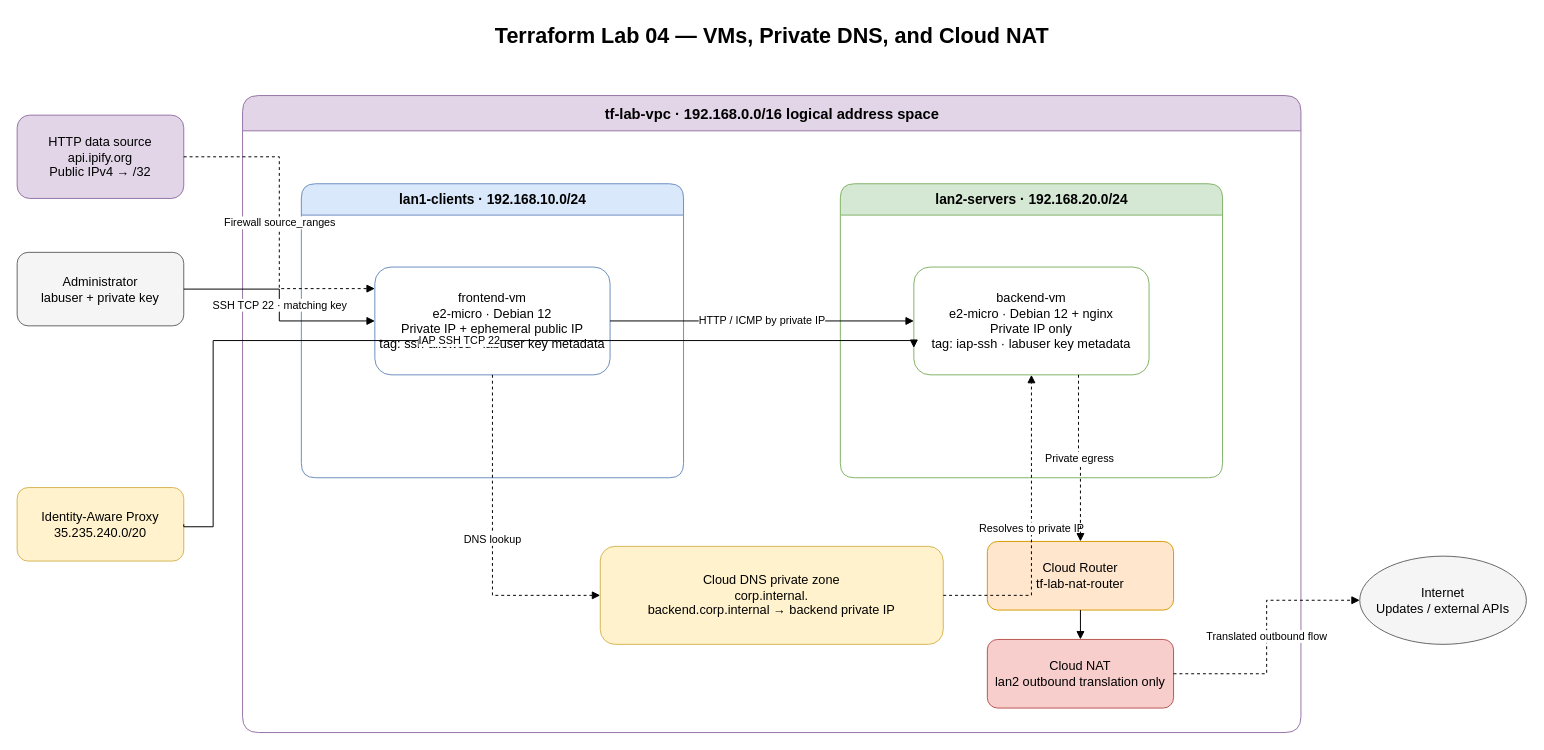
Earlier version of the draw.io diagram docs/terraform/04-vms-and-dns/diagrams/lab04-vms-private-dns.drawio (nitinkc/Networks-Terraform-Basics). Source tidied: cells renumbered, new cells numbered last; positions are measured from the earlier drawing's top-left corner, leaving out a move shared by most shapes. Both pictures are drawn from the tidied source at 98%, with x=0, y=0 at pixel (17, 17).
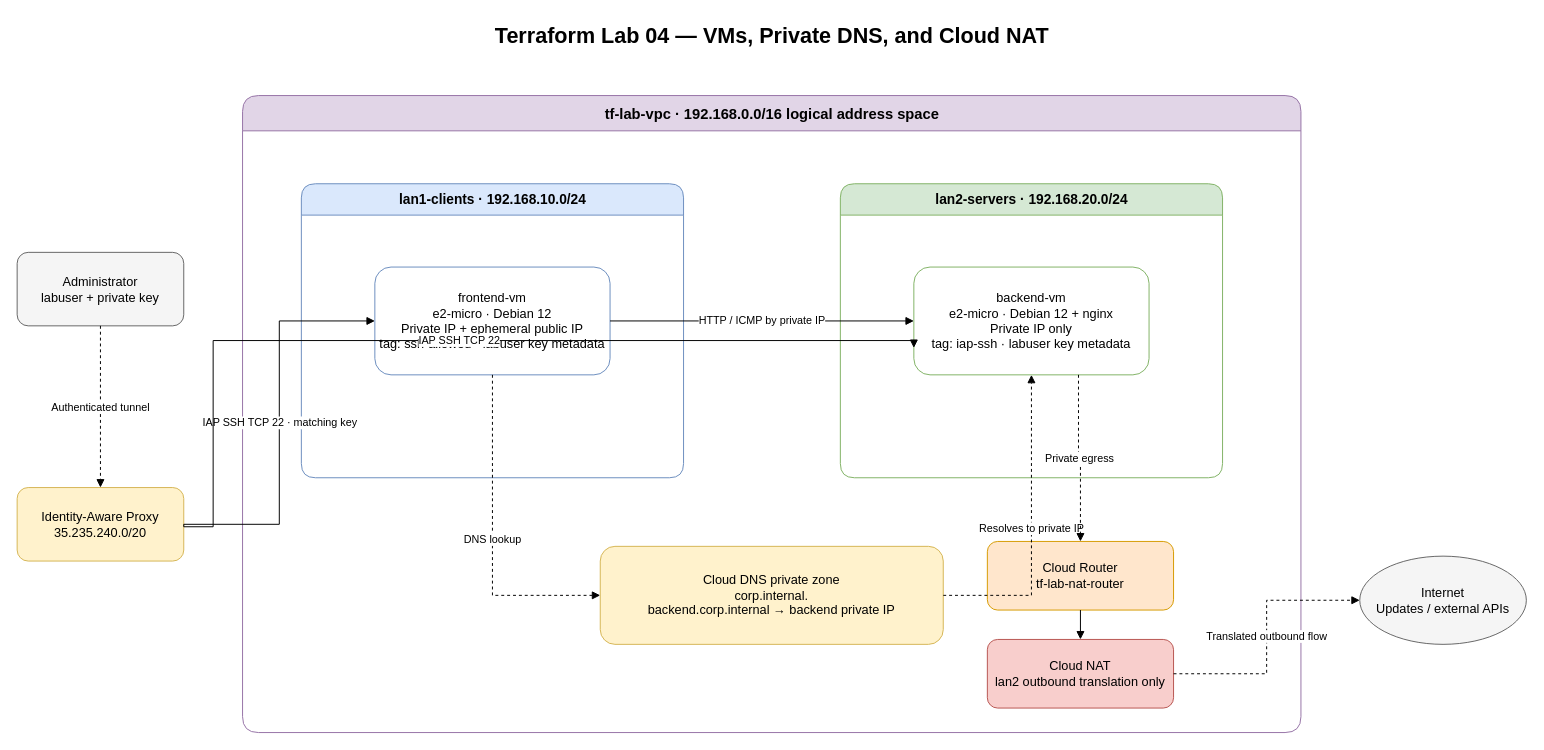
The same diagram, later.

The change refers to these unchanged cells:
```xml
<mxCell id="6" value="frontend-vm&lt;br&gt;e2-micro · Debian 12&lt;br&gt;Private IP + ephemeral public IP&lt;br&gt;tag: ssh-allowed · labuser key metadata" style="rounded=1;whiteSpace=wrap;html=1;fillColor=#ffffff;strokeColor=#6c8ebf;fontSize=13;" parent="4" vertex="1">
  <mxGeometry x="75" y="85" width="240" height="110" as="geometry" />
</mxCell>
<mxCell id="12" value="Administrator&lt;br&gt;labuser + private key" style="rounded=1;whiteSpace=wrap;html=1;fillColor=#f5f5f5;strokeColor=#666666;fontSize=13;" parent="1" vertex="1">
  <mxGeometry y="240" width="170" height="75" as="geometry" />
</mxCell>
<mxCell id="13" value="Identity-Aware Proxy&lt;br&gt;35.235.240.0/20" style="rounded=1;whiteSpace=wrap;html=1;fillColor=#fff2cc;strokeColor=#d6b656;fontSize=13;" parent="1" vertex="1">
  <mxGeometry y="480" width="170" height="75" as="geometry" />
</mxCell>
```

What changed in the source:
```diff
@@
-    <mxCell id="11" value="HTTP data source&lt;br&gt;api.ipify.org&lt;br&gt;Public IPv4 → /32" style="rounded=1;whiteSpace=wrap;html=1;fillColor=#e1d5e7;strokeColor=#9673a6;fontSize=13;" parent="1" vertex="1">
-      <mxGeometry y="100" width="170" height="85" as="geometry" />
-    </mxCell>
@@
-    <mxCell id="15" value="Firewall source_ranges" style="edgeStyle=orthogonalEdgeStyle;rounded=0;jettySize=auto;html=1;dashed=1;endArrow=block;exitX=1;exitY=0.5;entryX=0;entryY=0.2;" parent="1" edge="1" source="11" target="6">
+    <mxCell id="15" value="Authenticated tunnel" style="edgeStyle=orthogonalEdgeStyle;rounded=0;jettySize=auto;html=1;dashed=1;endArrow=block;exitX=0.5;exitY=1;entryX=0.5;entryY=0;" parent="1" edge="1" source="12" target="13">
       <mxGeometry relative="1" as="geometry" />
     </mxCell>
-    <mxCell id="16" value="SSH TCP 22 · matching key" style="edgeStyle=orthogonalEdgeStyle;rounded=0;jettySize=auto;html=1;endArrow=block;exitX=1;exitY=0.5;entryX=0;entryY=0.5;" parent="1" edge="1" source="12" target="6">
+    <mxCell id="16" value="IAP SSH TCP 22 · matching key" style="edgeStyle=orthogonalEdgeStyle;rounded=0;jettySize=auto;html=1;endArrow=block;exitX=1;exitY=0.5;entryX=0;entryY=0.5;" parent="1" edge="1" source="13" target="6">
       <mxGeometry relative="1" as="geometry" />
     </mxCell>
```
